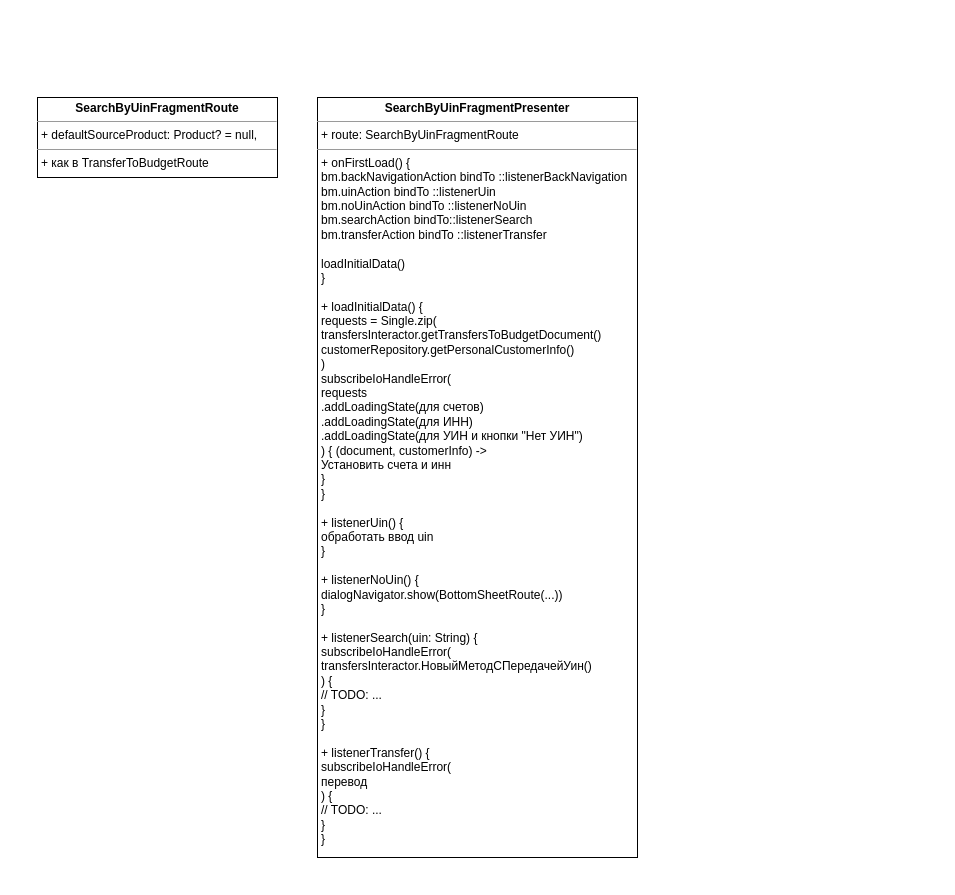
Earlier version of the draw.io diagram UNI-18237.drawio (ShiryaevNikolay/diagrams). Source tidied: cells renumbered, new cells numbered last; positions are measured from the earlier drawing's top-left corner, leaving out a move shared by most shapes. Both pictures are drawn from the tidied source at 100%, with x=0, y=0 at pixel (37, 97).
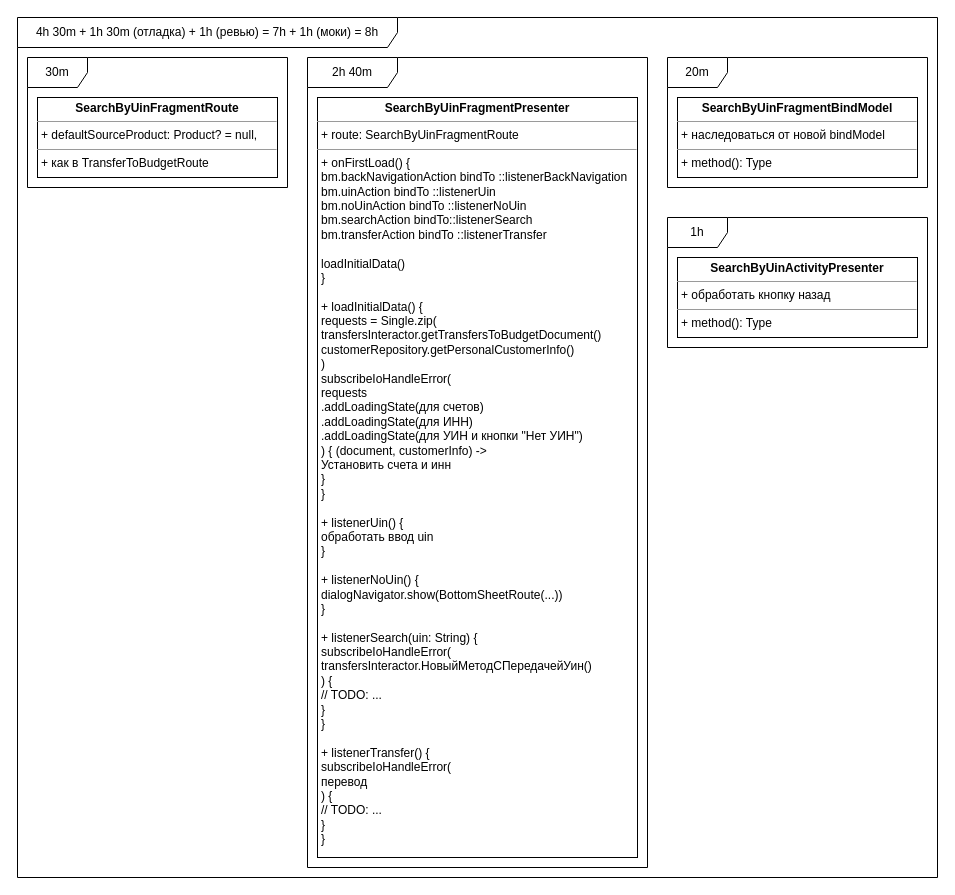
The same diagram, later.

Diff of the diagram source:
```diff
@@
 <mxGraphModel>
   <root>
     <mxCell id="0" />
     <mxCell id="1" parent="0" />
     <mxCell id="2" value="&lt;p style=&quot;margin:0px;margin-top:4px;text-align:center;&quot;&gt;&lt;b&gt;SearchByUinFragmentPresenter&lt;/b&gt;&lt;/p&gt;&lt;hr size=&quot;1&quot;&gt;&lt;p style=&quot;margin:0px;margin-left:4px;&quot;&gt;+ route: SearchByUinFragmentRoute&lt;br&gt;&lt;/p&gt;&lt;hr size=&quot;1&quot;&gt;&lt;p style=&quot;margin:0px;margin-left:4px;&quot;&gt;+ onFirstLoad() {&lt;/p&gt;&lt;p style=&quot;margin:0px;margin-left:4px;&quot;&gt;bm.backNavigationAction bindTo ::listenerBackNavigation&lt;/p&gt;&lt;p style=&quot;margin:0px;margin-left:4px;&quot;&gt;bm.uinAction bindTo ::listenerUin&lt;/p&gt;&lt;p style=&quot;margin:0px;margin-left:4px;&quot;&gt;bm.noUinAction bindTo ::listenerNoUin&lt;/p&gt;&lt;p style=&quot;margin:0px;margin-left:4px;&quot;&gt;bm.searchAction bindTo::listenerSearch&lt;/p&gt;&lt;p style=&quot;margin:0px;margin-left:4px;&quot;&gt;bm.transferAction bindTo ::listenerTransfer&lt;br&gt;&lt;/p&gt;&lt;p style=&quot;margin:0px;margin-left:4px;&quot;&gt;&lt;br&gt;&lt;/p&gt;&lt;p style=&quot;margin:0px;margin-left:4px;&quot;&gt;loadInitialData()&lt;br&gt;&lt;/p&gt;&lt;p style=&quot;margin:0px;margin-left:4px;&quot;&gt;}&lt;/p&gt;&lt;p style=&quot;margin:0px;margin-left:4px;&quot;&gt;&lt;br&gt;&lt;/p&gt;&lt;p style=&quot;margin:0px;margin-left:4px;&quot;&gt;+ loadInitialData() {&lt;/p&gt;&lt;p style=&quot;margin:0px;margin-left:4px;&quot;&gt;requests = Single.zip(&lt;/p&gt;&lt;p style=&quot;margin:0px;margin-left:4px;&quot;&gt;transfersInteractor.getTransfersToBudgetDocument()&lt;/p&gt;&lt;p style=&quot;margin:0px;margin-left:4px;&quot;&gt;customerRepository.getPersonalCustomerInfo()&lt;br&gt;&lt;/p&gt;&lt;p style=&quot;margin:0px;margin-left:4px;&quot;&gt;)&lt;br&gt;&lt;/p&gt;&lt;p style=&quot;margin:0px;margin-left:4px;&quot;&gt;subscribeIoHandleError(&lt;/p&gt;&lt;p style=&quot;margin:0px;margin-left:4px;&quot;&gt;requests&lt;/p&gt;&lt;p style=&quot;margin:0px;margin-left:4px;&quot;&gt;.addLoadingState(для счетов)&lt;/p&gt;&lt;p style=&quot;margin:0px;margin-left:4px;&quot;&gt;.addLoadingState(для ИНН)&lt;/p&gt;&lt;p style=&quot;margin:0px;margin-left:4px;&quot;&gt;.addLoadingState(для УИН и кнопки &quot;Нет УИН&quot;)&lt;/p&gt;&lt;p style=&quot;margin:0px;margin-left:4px;&quot;&gt;) { (document, customerInfo) -&amp;gt;&lt;br&gt;&lt;/p&gt;&lt;p style=&quot;margin:0px;margin-left:4px;&quot;&gt;Установить счета и инн&lt;br&gt;&lt;/p&gt;&lt;p style=&quot;margin:0px;margin-left:4px;&quot;&gt;}&lt;br&gt;&lt;/p&gt;&lt;p style=&quot;margin:0px;margin-left:4px;&quot;&gt;}&lt;/p&gt;&lt;p style=&quot;margin:0px;margin-left:4px;&quot;&gt;&lt;br&gt;&lt;/p&gt;&lt;p style=&quot;margin:0px;margin-left:4px;&quot;&gt;+ listenerUin() {&lt;/p&gt;&lt;p style=&quot;margin:0px;margin-left:4px;&quot;&gt;обработать ввод uin&lt;br&gt;&lt;/p&gt;&lt;p style=&quot;margin:0px;margin-left:4px;&quot;&gt;}&lt;/p&gt;&lt;p style=&quot;margin:0px;margin-left:4px;&quot;&gt;&lt;br&gt;&lt;/p&gt;&lt;p style=&quot;margin:0px;margin-left:4px;&quot;&gt;+ listenerNoUin() {&lt;/p&gt;&lt;p style=&quot;margin:0px;margin-left:4px;&quot;&gt;dialogNavigator.show(BottomSheetRoute(...))&lt;br&gt;&lt;/p&gt;&lt;p style=&quot;margin:0px;margin-left:4px;&quot;&gt;}&lt;/p&gt;&lt;p style=&quot;margin:0px;margin-left:4px;&quot;&gt;&lt;br&gt;&lt;/p&gt;&lt;p style=&quot;margin:0px;margin-left:4px;&quot;&gt;+ listenerSearch(uin: String) {&lt;/p&gt;&lt;p style=&quot;margin:0px;margin-left:4px;&quot;&gt;subscribeIoHandleError(&lt;/p&gt;&lt;p style=&quot;margin:0px;margin-left:4px;&quot;&gt;transfersInteractor.НовыйМетодСПередачейУин()&lt;br&gt;&lt;/p&gt;&lt;p style=&quot;margin:0px;margin-left:4px;&quot;&gt;) {&lt;/p&gt;&lt;p style=&quot;margin:0px;margin-left:4px;&quot;&gt;// TODO: ...&lt;br&gt;&lt;/p&gt;&lt;p style=&quot;margin:0px;margin-left:4px;&quot;&gt;}&lt;br&gt;&lt;/p&gt;&lt;p style=&quot;margin:0px;margin-left:4px;&quot;&gt;}&lt;/p&gt;&lt;p style=&quot;margin:0px;margin-left:4px;&quot;&gt;&lt;br&gt;&lt;/p&gt;&lt;p style=&quot;margin:0px;margin-left:4px;&quot;&gt;+ listenerTransfer() {&lt;/p&gt;&lt;p style=&quot;margin:0px;margin-left:4px;&quot;&gt;subscribeIoHandleError(&lt;/p&gt;&lt;p style=&quot;margin:0px;margin-left:4px;&quot;&gt;перевод&lt;br&gt;&lt;/p&gt;&lt;p style=&quot;margin:0px;margin-left:4px;&quot;&gt;) {&lt;/p&gt;&lt;p style=&quot;margin:0px;margin-left:4px;&quot;&gt;// TODO: ...&lt;br&gt;&lt;/p&gt;&lt;p style=&quot;margin:0px;margin-left:4px;&quot;&gt;}&lt;br&gt;&lt;/p&gt;&lt;p style=&quot;margin:0px;margin-left:4px;&quot;&gt;}&lt;br&gt;&lt;/p&gt;" style="verticalAlign=top;align=left;overflow=fill;fontSize=12;fontFamily=Helvetica;html=1;" parent="1" vertex="1">
       <mxGeometry x="280" width="320" height="760" as="geometry" />
     </mxCell>
     <mxCell id="3" value="&lt;p style=&quot;margin:0px;margin-top:4px;text-align:center;&quot;&gt;&lt;b&gt;SearchByUinFragmentRoute&lt;/b&gt;&lt;/p&gt;&lt;hr size=&quot;1&quot;&gt;&lt;p style=&quot;margin:0px;margin-left:4px;&quot;&gt;+ defaultSourceProduct: Product? = null, &lt;br&gt;&lt;/p&gt;&lt;hr size=&quot;1&quot;&gt;&lt;p style=&quot;margin:0px;margin-left:4px;&quot;&gt;+ как в TransferToBudgetRoute&lt;br&gt;&lt;/p&gt;" style="verticalAlign=top;align=left;overflow=fill;fontSize=12;fontFamily=Helvetica;html=1;" parent="1" vertex="1">
       <mxGeometry width="240" height="80" as="geometry" />
     </mxCell>
+    <mxCell id="4" value="&lt;p style=&quot;margin:0px;margin-top:4px;text-align:center;&quot;&gt;&lt;b&gt;SearchByUinFragmentBindModel&lt;/b&gt;&lt;/p&gt;&lt;hr size=&quot;1&quot;&gt;&lt;p style=&quot;margin:0px;margin-left:4px;&quot;&gt;+ наследоваться от новой bindModel&lt;br&gt;&lt;/p&gt;&lt;hr size=&quot;1&quot;&gt;&lt;p style=&quot;margin:0px;margin-left:4px;&quot;&gt;+ method(): Type&lt;/p&gt;" style="verticalAlign=top;align=left;overflow=fill;fontSize=12;fontFamily=Helvetica;html=1;" parent="1" vertex="1">
+      <mxGeometry x="640" width="240" height="80" as="geometry" />
+    </mxCell>
+    <mxCell id="5" value="&lt;p style=&quot;margin:0px;margin-top:4px;text-align:center;&quot;&gt;&lt;b&gt;SearchByUinActivityPresenter&lt;/b&gt;&lt;/p&gt;&lt;hr size=&quot;1&quot;&gt;&lt;p style=&quot;margin:0px;margin-left:4px;&quot;&gt;+ обработать кнопку назад&lt;br&gt;&lt;/p&gt;&lt;hr size=&quot;1&quot;&gt;&lt;p style=&quot;margin:0px;margin-left:4px;&quot;&gt;+ method(): Type&lt;/p&gt;" style="verticalAlign=top;align=left;overflow=fill;fontSize=12;fontFamily=Helvetica;html=1;" parent="1" vertex="1">
+      <mxGeometry x="640" y="160" width="240" height="80" as="geometry" />
+    </mxCell>
+    <mxCell id="6" value="30m" style="shape=umlFrame;whiteSpace=wrap;html=1;" parent="1" vertex="1">
+      <mxGeometry x="-10" y="-40" width="260" height="130" as="geometry" />
+    </mxCell>
+    <mxCell id="7" value="2h 40m " style="shape=umlFrame;whiteSpace=wrap;html=1;width=90;height=30;" parent="1" vertex="1">
+      <mxGeometry x="270" y="-40" width="340" height="810" as="geometry" />
+    </mxCell>
+    <mxCell id="8" value="20m" style="shape=umlFrame;whiteSpace=wrap;html=1;" parent="1" vertex="1">
+      <mxGeometry x="630" y="-40" width="260" height="130" as="geometry" />
+    </mxCell>
+    <mxCell id="9" value="1h" style="shape=umlFrame;whiteSpace=wrap;html=1;" parent="1" vertex="1">
+      <mxGeometry x="630" y="120" width="260" height="130" as="geometry" />
+    </mxCell>
+    <mxCell id="10" value="4h 30m + 1h 30m (отладка) + 1h (ревью) = 7h + 1h (моки) = 8h" style="shape=umlFrame;whiteSpace=wrap;html=1;width=380;height=30;" parent="1" vertex="1">
+      <mxGeometry x="-20" y="-80" width="920" height="860" as="geometry" />
+    </mxCell>
   </root>
 </mxGraphModel>
```
